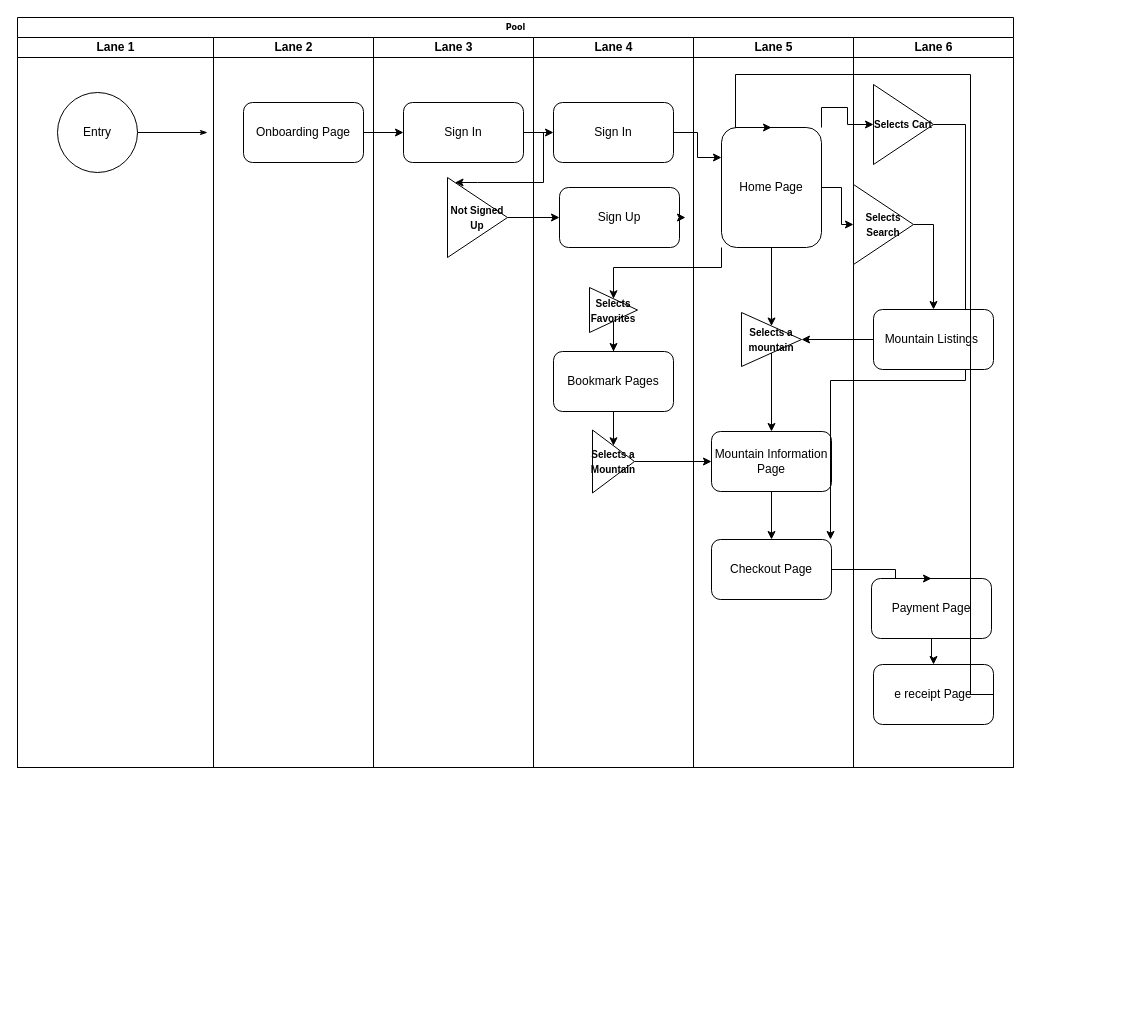
The draw.io diagram Untitled Diagram.drawio in famino/mql5adviser, before the edit. Source tidied: cells renumbered, new cells numbered last; positions are measured from the earlier drawing's top-left corner, leaving out a move shared by most shapes. Both pictures are drawn from the tidied source at 100%, with x=0, y=0 at pixel (17, 17).
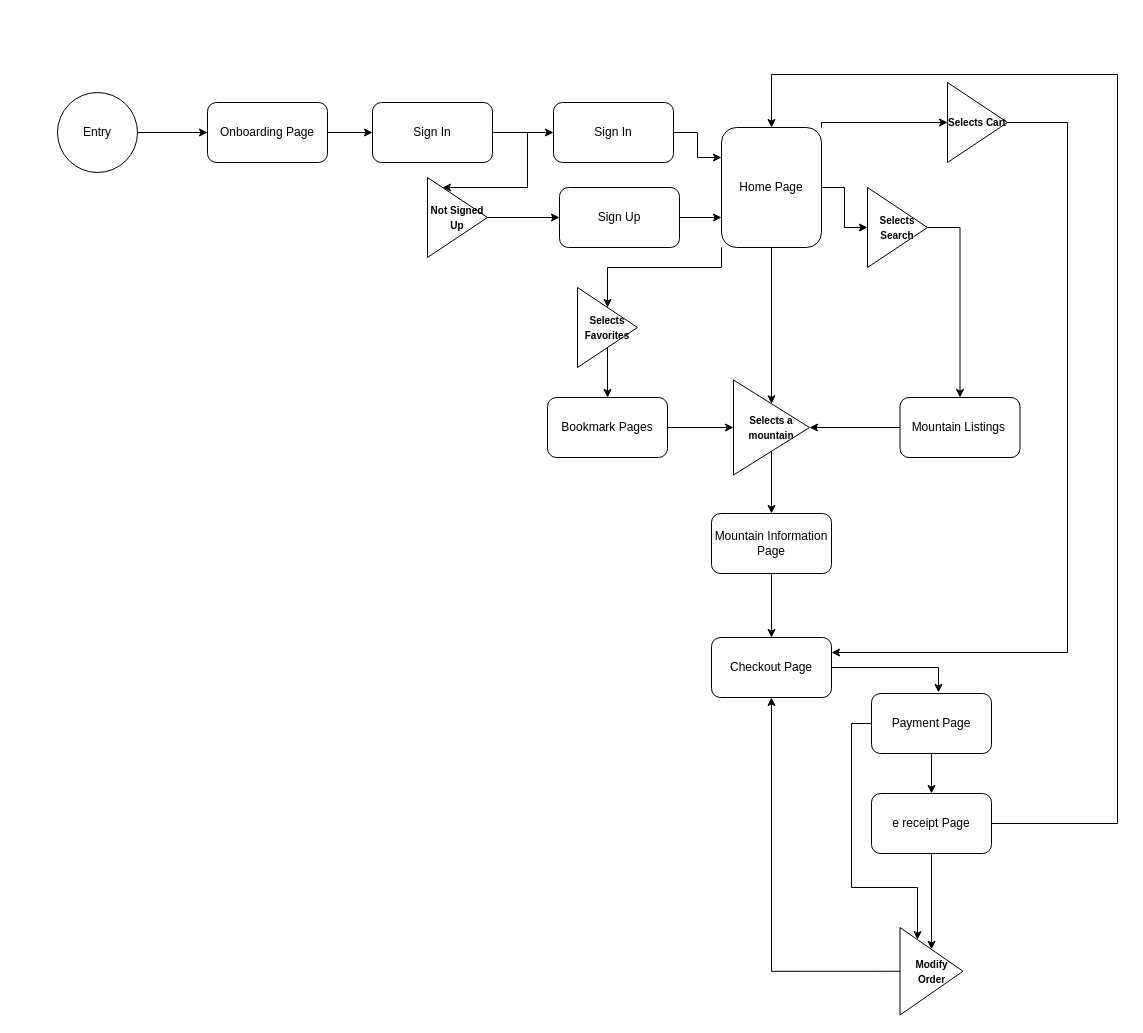
The same diagram, later.

Change to the diagram source:
```diff
@@
-<mxGraphModel background="#ffffff">
+<mxGraphModel>
@@
-    <mxCell id="0" />
-    <mxCell id="1" parent="0" />
-    <mxCell id="2" value="Pool" style="swimlane;html=1;startSize=20;rounded=0;shadow=0;labelBackgroundColor=none;strokeWidth=1;fontFamily=Verdana;fontSize=8;align=center;" parent="1" vertex="1">
-      <mxGeometry width="996" height="750" as="geometry" />
-    </mxCell>
-    <mxCell id="3" value="Lane 1" style="swimlane;html=1;startSize=20;" parent="2" vertex="1">
-      <mxGeometry y="20" width="196" height="730" as="geometry" />
-    </mxCell>
+    <mxCell id="49" />
+    <mxCell id="50" parent="49" />
-    <mxCell id="4" value="Entry" style="ellipse;whiteSpace=wrap;html=1;" parent="3" vertex="1">
-      <mxGeometry x="40" y="55" width="80" height="80" as="geometry" />
+    <mxCell id="4" value="&lt;font face=&quot;Montserrat&quot;&gt;Entry&lt;/font&gt;" style="ellipse;whiteSpace=wrap;html=1;" parent="50" vertex="1">
+      <mxGeometry x="40" y="75" width="80" height="80" as="geometry" />
     </mxCell>
-    <mxCell id="5" style="edgeStyle=orthogonalEdgeStyle;rounded=1;html=1;labelBackgroundColor=none;startArrow=none;startFill=0;startSize=5;endArrow=classicThin;endFill=1;endSize=5;jettySize=auto;orthogonalLoop=1;strokeWidth=1;fontFamily=Verdana;fontSize=8;" parent="2" edge="1">
-      <mxGeometry relative="1" as="geometry">
-        <mxPoint x="120" y="115" as="sourcePoint" />
-        <mxPoint x="190" y="115" as="targetPoint" />
-      </mxGeometry>
-    </mxCell>
-    <mxCell id="6" value="Lane 2" style="swimlane;html=1;startSize=20;" parent="2" vertex="1">
-      <mxGeometry x="196" y="20" width="160" height="730" as="geometry" />
-    </mxCell>
-    <mxCell id="7" value="Onboarding Page" style="rounded=1;whiteSpace=wrap;html=1;" parent="6" vertex="1">
-      <mxGeometry x="30" y="65" width="120" height="60" as="geometry" />
+    <mxCell id="7" value="&lt;font face=&quot;Montserrat&quot;&gt;Onboarding Page&lt;/font&gt;" style="rounded=1;whiteSpace=wrap;html=1;" parent="50" vertex="1">
+      <mxGeometry x="190" y="85" width="120" height="60" as="geometry" />
     </mxCell>
-    <mxCell id="8" value="Lane 3" style="swimlane;html=1;startSize=20;" parent="2" vertex="1">
-      <mxGeometry x="356" y="20" width="160" height="730" as="geometry" />
-    </mxCell>
-    <mxCell id="9" value="Sign In" style="rounded=1;whiteSpace=wrap;html=1;" parent="8" vertex="1">
-      <mxGeometry x="30" y="65" width="120" height="60" as="geometry" />
-    </mxCell>
+    <mxCell id="51" value="&lt;font face=&quot;Montserrat&quot;&gt;Sign In&lt;/font&gt;" style="rounded=1;whiteSpace=wrap;html=1;" parent="50" vertex="1">
+      <mxGeometry x="355" y="85" width="120" height="60" as="geometry" />
+    </mxCell>
-    <mxCell id="10" value="&lt;font style=&quot;font-size: 10px&quot;&gt;&lt;b&gt;Not Signed Up&lt;/b&gt;&lt;/font&gt;" style="triangle;whiteSpace=wrap;html=1;rotation=0;" parent="8" vertex="1">
-      <mxGeometry x="74" y="140" width="60" height="80" as="geometry" />
+    <mxCell id="10" value="&lt;font style=&quot;font-size: 10px&quot; face=&quot;Montserrat&quot;&gt;&lt;b&gt;Not Signed Up&lt;/b&gt;&lt;/font&gt;" style="triangle;whiteSpace=wrap;html=1;rotation=0;" parent="50" vertex="1">
+      <mxGeometry x="410" y="160" width="60" height="80" as="geometry" />
     </mxCell>
-    <mxCell id="11" style="edgeStyle=orthogonalEdgeStyle;rounded=0;jettySize=auto;html=1;exitX=1;exitY=0.5;exitDx=0;exitDy=0;" parent="8" edge="1" source="9" target="10">
-      <mxGeometry relative="1" as="geometry" />
-    </mxCell>
-    <mxCell id="12" value="Lane 4" style="swimlane;html=1;startSize=20;" parent="2" vertex="1">
-      <mxGeometry x="516" y="20" width="160" height="730" as="geometry" />
-    </mxCell>
-    <mxCell id="13" value="Sign In" style="rounded=1;whiteSpace=wrap;html=1;" parent="12" vertex="1">
-      <mxGeometry x="20" y="65" width="120" height="60" as="geometry" />
-    </mxCell>
+    <mxCell id="52" style="edgeStyle=orthogonalEdgeStyle;rounded=0;jettySize=auto;html=1;exitX=1;exitY=0.5;exitDx=0;exitDy=0;" parent="50" edge="1" source="51" target="10">
+      <mxGeometry relative="1" as="geometry">
+        <Array as="points">
+          <mxPoint x="510" y="115" />
+          <mxPoint x="510" y="170" />
+        </Array>
+      </mxGeometry>
+    </mxCell>
+    <mxCell id="53" value="&lt;font face=&quot;Montserrat&quot;&gt;Sign In&lt;/font&gt;" style="rounded=1;whiteSpace=wrap;html=1;" parent="50" vertex="1">
+      <mxGeometry x="536" y="85" width="120" height="60" as="geometry" />
+    </mxCell>
+    <mxCell id="54" style="edgeStyle=orthogonalEdgeStyle;rounded=0;jettySize=auto;html=1;exitX=1;exitY=0.5;exitDx=0;exitDy=0;entryX=0;entryY=0.75;entryDx=0;entryDy=0;" parent="50" edge="1" source="14" target="22">
+      <mxGeometry relative="1" as="geometry" />
+    </mxCell>
-    <mxCell id="14" value="Sign Up" style="rounded=1;whiteSpace=wrap;html=1;" parent="12" vertex="1">
-      <mxGeometry x="26" y="150" width="120" height="60" as="geometry" />
+    <mxCell id="14" value="&lt;font face=&quot;Montserrat&quot;&gt;Sign Up&lt;/font&gt;" style="rounded=1;whiteSpace=wrap;html=1;" parent="50" vertex="1">
+      <mxGeometry x="542" y="170" width="120" height="60" as="geometry" />
     </mxCell>
-    <mxCell id="15" style="edgeStyle=orthogonalEdgeStyle;rounded=0;jettySize=auto;html=1;exitX=0.5;exitY=1;exitDx=0;exitDy=0;" parent="12" edge="1" source="16" target="18">
+    <mxCell id="15" style="edgeStyle=orthogonalEdgeStyle;rounded=0;jettySize=auto;html=1;exitX=0.5;exitY=1;exitDx=0;exitDy=0;entryX=0.5;entryY=0;entryDx=0;entryDy=0;" parent="50" edge="1" source="16" target="18">
       <mxGeometry relative="1" as="geometry" />
     </mxCell>
-    <mxCell id="16" value="&lt;font style=&quot;font-size: 10px&quot;&gt;&lt;b&gt;Selects Favorites&lt;/b&gt;&lt;/font&gt;" style="triangle;whiteSpace=wrap;html=1;rotation=0;" parent="12" vertex="1">
-      <mxGeometry x="56" y="250" width="48" height="45" as="geometry" />
+    <mxCell id="16" value="&lt;font style=&quot;font-size: 10px&quot; face=&quot;Montserrat&quot;&gt;&lt;b&gt;Selects Favorites&lt;/b&gt;&lt;/font&gt;" style="triangle;whiteSpace=wrap;html=1;rotation=0;" parent="50" vertex="1">
+      <mxGeometry x="560" y="270" width="60" height="80" as="geometry" />
     </mxCell>
-    <mxCell id="17" style="edgeStyle=orthogonalEdgeStyle;rounded=0;jettySize=auto;html=1;exitX=0.5;exitY=1;exitDx=0;exitDy=0;" parent="12" edge="1" source="18" target="19">
-      <mxGeometry relative="1" as="geometry" />
-    </mxCell>
+    <mxCell id="55" style="edgeStyle=orthogonalEdgeStyle;rounded=0;jettySize=auto;html=1;exitX=1;exitY=0.5;exitDx=0;exitDy=0;" parent="50" edge="1" source="18" target="24">
+      <mxGeometry relative="1" as="geometry" />
+    </mxCell>
-    <mxCell id="18" value="Bookmark Pages" style="rounded=1;whiteSpace=wrap;html=1;" parent="12" vertex="1">
-      <mxGeometry x="20" y="314" width="120" height="60" as="geometry" />
+    <mxCell id="18" value="&lt;font face=&quot;Montserrat&quot;&gt;Bookmark Pages&lt;/font&gt;" style="rounded=1;whiteSpace=wrap;html=1;" parent="50" vertex="1">
+      <mxGeometry x="530" y="380" width="120" height="60" as="geometry" />
     </mxCell>
-    <mxCell id="19" value="&lt;font style=&quot;font-size: 10px&quot;&gt;&lt;b&gt;Selects a Mountain&lt;/b&gt;&lt;/font&gt;" style="triangle;whiteSpace=wrap;html=1;rotation=0;" parent="12" vertex="1">
-      <mxGeometry x="59" y="392.5" width="42" height="63" as="geometry" />
-    </mxCell>
-    <mxCell id="20" value="Lane 5" style="swimlane;html=1;startSize=20;" parent="2" vertex="1">
-      <mxGeometry x="676" y="20" width="160" height="730" as="geometry" />
-    </mxCell>
-    <mxCell id="21" style="edgeStyle=orthogonalEdgeStyle;rounded=0;jettySize=auto;html=1;exitX=0.5;exitY=1;exitDx=0;exitDy=0;entryX=0.5;entryY=0;entryDx=0;entryDy=0;" parent="20" edge="1" source="22" target="24">
+    <mxCell id="21" style="edgeStyle=orthogonalEdgeStyle;rounded=0;jettySize=auto;html=1;exitX=0.5;exitY=1;exitDx=0;exitDy=0;entryX=0.5;entryY=0;entryDx=0;entryDy=0;" parent="50" edge="1" source="22" target="24">
       <mxGeometry relative="1" as="geometry" />
     </mxCell>
-    <mxCell id="22" value="Home Page" style="rounded=1;whiteSpace=wrap;html=1;" parent="20" vertex="1">
-      <mxGeometry x="28" y="90" width="100" height="120" as="geometry" />
+    <mxCell id="22" value="&lt;font face=&quot;Montserrat&quot;&gt;Home Page&lt;/font&gt;" style="rounded=1;whiteSpace=wrap;html=1;" parent="50" vertex="1">
+      <mxGeometry x="704" y="110" width="100" height="120" as="geometry" />
     </mxCell>
-    <mxCell id="23" style="edgeStyle=orthogonalEdgeStyle;rounded=0;jettySize=auto;html=1;exitX=0.5;exitY=1;exitDx=0;exitDy=0;" parent="20" edge="1" source="24" target="26">
+    <mxCell id="23" style="edgeStyle=orthogonalEdgeStyle;rounded=0;jettySize=auto;html=1;exitX=0.5;exitY=1;exitDx=0;exitDy=0;" parent="50" edge="1" source="24" target="26">
       <mxGeometry relative="1" as="geometry" />
     </mxCell>
-    <mxCell id="24" value="&lt;font style=&quot;font-size: 10px&quot;&gt;&lt;b&gt;Selects a mountain&lt;/b&gt;&lt;/font&gt;" style="triangle;whiteSpace=wrap;html=1;rotation=0;" parent="20" vertex="1">
-      <mxGeometry x="48" y="275" width="60" height="54" as="geometry" />
+    <mxCell id="24" value="&lt;font style=&quot;font-size: 10px&quot; face=&quot;Montserrat&quot;&gt;&lt;b&gt;Selects a mountain&lt;/b&gt;&lt;/font&gt;" style="triangle;whiteSpace=wrap;html=1;rotation=0;" parent="50" vertex="1">
+      <mxGeometry x="716" y="362.5" width="76" height="95" as="geometry" />
     </mxCell>
-    <mxCell id="25" style="edgeStyle=orthogonalEdgeStyle;rounded=0;jettySize=auto;html=1;exitX=0.5;exitY=1;exitDx=0;exitDy=0;entryX=0.5;entryY=0;entryDx=0;entryDy=0;" parent="20" edge="1" source="26" target="27">
+    <mxCell id="25" style="edgeStyle=orthogonalEdgeStyle;rounded=0;jettySize=auto;html=1;exitX=0.5;exitY=1;exitDx=0;exitDy=0;entryX=0.5;entryY=0;entryDx=0;entryDy=0;" parent="50" edge="1" source="26" target="27">
       <mxGeometry relative="1" as="geometry" />
     </mxCell>
-    <mxCell id="26" value="Mountain Information Page" style="rounded=1;whiteSpace=wrap;html=1;" parent="20" vertex="1">
-      <mxGeometry x="18" y="394" width="120" height="60" as="geometry" />
+    <mxCell id="26" value="&lt;font face=&quot;Montserrat&quot;&gt;Mountain Information Page&lt;/font&gt;" style="rounded=1;whiteSpace=wrap;html=1;" parent="50" vertex="1">
+      <mxGeometry x="694" y="496" width="120" height="60" as="geometry" />
     </mxCell>
+    <mxCell id="47" style="edgeStyle=orthogonalEdgeStyle;rounded=0;jettySize=auto;html=1;exitX=1;exitY=0.5;exitDx=0;exitDy=0;entryX=0.558;entryY=-0.017;entryDx=0;entryDy=0;entryPerimeter=0;" parent="50" edge="1" source="27" target="44">
+      <mxGeometry relative="1" as="geometry" />
+    </mxCell>
-    <mxCell id="27" value="Checkout Page" style="rounded=1;whiteSpace=wrap;html=1;" parent="20" vertex="1">
-      <mxGeometry x="18" y="502" width="120" height="60" as="geometry" />
+    <mxCell id="27" value="&lt;font face=&quot;Montserrat&quot;&gt;Checkout Page&lt;/font&gt;" style="rounded=1;whiteSpace=wrap;html=1;" parent="50" vertex="1">
+      <mxGeometry x="694" y="620" width="120" height="60" as="geometry" />
     </mxCell>
-    <mxCell id="28" style="edgeStyle=orthogonalEdgeStyle;rounded=0;jettySize=auto;html=1;exitX=1;exitY=0.5;exitDx=0;exitDy=0;entryX=0;entryY=0.5;entryDx=0;entryDy=0;" parent="2" edge="1" source="7" target="9">
-      <mxGeometry relative="1" as="geometry" />
-    </mxCell>
-    <mxCell id="29" style="edgeStyle=orthogonalEdgeStyle;rounded=0;jettySize=auto;html=1;exitX=1;exitY=0.5;exitDx=0;exitDy=0;entryX=0;entryY=0.5;entryDx=0;entryDy=0;" parent="2" edge="1" source="9" target="13">
-      <mxGeometry relative="1" as="geometry" />
-    </mxCell>
+    <mxCell id="56" style="edgeStyle=orthogonalEdgeStyle;rounded=0;jettySize=auto;html=1;exitX=1;exitY=0.5;exitDx=0;exitDy=0;entryX=0;entryY=0.5;entryDx=0;entryDy=0;" parent="50" edge="1" source="7" target="51">
+      <mxGeometry relative="1" as="geometry" />
+    </mxCell>
+    <mxCell id="57" style="edgeStyle=orthogonalEdgeStyle;rounded=0;jettySize=auto;html=1;exitX=1;exitY=0.5;exitDx=0;exitDy=0;entryX=0;entryY=0.5;entryDx=0;entryDy=0;" parent="50" edge="1" source="51" target="53">
+      <mxGeometry relative="1" as="geometry" />
+    </mxCell>
-    <mxCell id="30" style="edgeStyle=orthogonalEdgeStyle;rounded=0;jettySize=auto;html=1;exitX=1;exitY=0.5;exitDx=0;exitDy=0;" parent="2" edge="1" source="10" target="14">
+    <mxCell id="30" style="edgeStyle=orthogonalEdgeStyle;rounded=0;jettySize=auto;html=1;exitX=1;exitY=0.5;exitDx=0;exitDy=0;" parent="50" edge="1" source="10" target="14">
       <mxGeometry relative="1" as="geometry" />
     </mxCell>
-    <mxCell id="31" style="edgeStyle=orthogonalEdgeStyle;rounded=0;jettySize=auto;html=1;exitX=1;exitY=0.5;exitDx=0;exitDy=0;" parent="2" edge="1" source="14">
-      <mxGeometry relative="1" as="geometry">
-        <mxPoint x="668" y="200" as="targetPoint" />
-      </mxGeometry>
-    </mxCell>
-    <mxCell id="32" style="edgeStyle=orthogonalEdgeStyle;rounded=0;jettySize=auto;html=1;exitX=1;exitY=0.5;exitDx=0;exitDy=0;entryX=0;entryY=0.25;entryDx=0;entryDy=0;" parent="2" edge="1" source="13" target="22">
-      <mxGeometry relative="1" as="geometry" />
-    </mxCell>
+    <mxCell id="58" style="edgeStyle=orthogonalEdgeStyle;rounded=0;jettySize=auto;html=1;exitX=1;exitY=0.5;exitDx=0;exitDy=0;entryX=0;entryY=0.25;entryDx=0;entryDy=0;" parent="50" edge="1" source="53" target="22">
+      <mxGeometry relative="1" as="geometry" />
+    </mxCell>
-    <mxCell id="33" style="edgeStyle=orthogonalEdgeStyle;rounded=0;jettySize=auto;html=1;exitX=0;exitY=1;exitDx=0;exitDy=0;entryX=0.5;entryY=0;entryDx=0;entryDy=0;" parent="2" edge="1" source="22" target="16">
+    <mxCell id="33" style="edgeStyle=orthogonalEdgeStyle;rounded=0;jettySize=auto;html=1;exitX=0;exitY=1;exitDx=0;exitDy=0;entryX=0.5;entryY=0;entryDx=0;entryDy=0;" parent="50" edge="1" source="22" target="16">
       <mxGeometry relative="1" as="geometry" />
     </mxCell>
-    <mxCell id="34" style="edgeStyle=orthogonalEdgeStyle;rounded=0;jettySize=auto;html=1;exitX=1;exitY=0.5;exitDx=0;exitDy=0;" parent="2" edge="1" source="22" target="41">
+    <mxCell id="34" style="edgeStyle=orthogonalEdgeStyle;rounded=0;jettySize=auto;html=1;exitX=1;exitY=0.5;exitDx=0;exitDy=0;" parent="50" edge="1" source="22" target="41">
       <mxGeometry relative="1" as="geometry" />
     </mxCell>
-    <mxCell id="35" style="edgeStyle=orthogonalEdgeStyle;rounded=0;jettySize=auto;html=1;exitX=0;exitY=0.5;exitDx=0;exitDy=0;" parent="2" edge="1" source="42" target="24">
+    <mxCell id="35" style="edgeStyle=orthogonalEdgeStyle;rounded=0;jettySize=auto;html=1;exitX=0;exitY=0.5;exitDx=0;exitDy=0;" parent="50" edge="1" source="42" target="24">
       <mxGeometry relative="1" as="geometry" />
     </mxCell>
-    <mxCell id="36" style="edgeStyle=orthogonalEdgeStyle;rounded=0;jettySize=auto;html=1;exitX=1;exitY=0.5;exitDx=0;exitDy=0;entryX=0;entryY=0.5;entryDx=0;entryDy=0;" parent="2" edge="1" source="19" target="26">
-      <mxGeometry relative="1" as="geometry" />
-    </mxCell>
-    <mxCell id="37" style="edgeStyle=orthogonalEdgeStyle;rounded=0;jettySize=auto;html=1;exitX=1;exitY=0;exitDx=0;exitDy=0;entryX=0;entryY=0.5;entryDx=0;entryDy=0;" parent="2" edge="1" source="22" target="45">
-      <mxGeometry relative="1" as="geometry" />
+    <mxCell id="37" style="edgeStyle=orthogonalEdgeStyle;rounded=0;jettySize=auto;html=1;exitX=1;exitY=0;exitDx=0;exitDy=0;entryX=0;entryY=0.5;entryDx=0;entryDy=0;" parent="50" edge="1" source="22" target="45">
+      <mxGeometry relative="1" as="geometry">
+        <Array as="points">
+          <mxPoint x="804" y="105" />
+        </Array>
+      </mxGeometry>
     </mxCell>
-    <mxCell id="38" style="edgeStyle=orthogonalEdgeStyle;rounded=0;jettySize=auto;html=1;exitX=1;exitY=0.5;exitDx=0;exitDy=0;" parent="2" edge="1" source="45" target="27">
-      <mxGeometry relative="1" as="geometry">
-        <Array as="points">
-          <mxPoint x="948" y="107" />
-          <mxPoint x="948" y="363" />
-          <mxPoint x="813" y="363" />
-          <mxPoint x="813" y="552" />
-        </Array>
-      </mxGeometry>
-    </mxCell>
-    <mxCell id="39" value="Lane 6" style="swimlane;html=1;startSize=20;" parent="2" vertex="1">
-      <mxGeometry x="836" y="20" width="160" height="730" as="geometry" />
-    </mxCell>
-    <mxCell id="40" style="edgeStyle=orthogonalEdgeStyle;rounded=0;jettySize=auto;html=1;exitX=1;exitY=0.5;exitDx=0;exitDy=0;entryX=0.5;entryY=0;entryDx=0;entryDy=0;" parent="39" edge="1" source="41" target="42">
+    <mxCell id="40" style="edgeStyle=orthogonalEdgeStyle;rounded=0;jettySize=auto;html=1;exitX=1;exitY=0.5;exitDx=0;exitDy=0;entryX=0.5;entryY=0;entryDx=0;entryDy=0;" parent="50" edge="1" source="41" target="42">
       <mxGeometry relative="1" as="geometry" />
     </mxCell>
-    <mxCell id="41" value="&lt;font style=&quot;font-size: 10px&quot;&gt;&lt;b&gt;Selects Search&lt;/b&gt;&lt;/font&gt;" style="triangle;whiteSpace=wrap;html=1;rotation=0;" parent="39" vertex="1">
-      <mxGeometry y="147" width="60" height="80" as="geometry" />
+    <mxCell id="41" value="&lt;font style=&quot;font-size: 10px&quot; face=&quot;Montserrat&quot;&gt;&lt;b&gt;Selects Search&lt;/b&gt;&lt;/font&gt;" style="triangle;whiteSpace=wrap;html=1;rotation=0;" parent="50" vertex="1">
+      <mxGeometry x="850" y="170" width="60" height="80" as="geometry" />
     </mxCell>
-    <mxCell id="42" value="Mountain Listings&amp;nbsp;" style="rounded=1;whiteSpace=wrap;html=1;" parent="39" vertex="1">
-      <mxGeometry x="20" y="272" width="120" height="60" as="geometry" />
+    <mxCell id="42" value="&lt;font face=&quot;Montserrat&quot;&gt;Mountain Listings&amp;nbsp;&lt;/font&gt;" style="rounded=1;whiteSpace=wrap;html=1;" parent="50" vertex="1">
+      <mxGeometry x="882.5" y="380" width="120" height="60" as="geometry" />
     </mxCell>
-    <mxCell id="43" style="edgeStyle=orthogonalEdgeStyle;rounded=0;jettySize=auto;html=1;exitX=0.5;exitY=1;exitDx=0;exitDy=0;" parent="39" edge="1" source="44" target="46">
+    <mxCell id="43" style="edgeStyle=orthogonalEdgeStyle;rounded=0;jettySize=auto;html=1;exitX=0.5;exitY=1;exitDx=0;exitDy=0;" parent="50" edge="1" source="44" target="46">
       <mxGeometry relative="1" as="geometry" />
     </mxCell>
+    <mxCell id="59" style="edgeStyle=orthogonalEdgeStyle;rounded=0;jettySize=auto;html=1;exitX=0;exitY=0.5;exitDx=0;exitDy=0;" parent="50" edge="1" source="44" target="63">
+      <mxGeometry relative="1" as="geometry">
+        <Array as="points">
+          <mxPoint x="834" y="706" />
+          <mxPoint x="834" y="870" />
+          <mxPoint x="900" y="870" />
+        </Array>
+      </mxGeometry>
+    </mxCell>
-    <mxCell id="44" value="Payment Page" style="rounded=1;whiteSpace=wrap;html=1;" parent="39" vertex="1">
-      <mxGeometry x="18" y="541" width="120" height="60" as="geometry" />
+    <mxCell id="44" value="&lt;font face=&quot;Montserrat&quot;&gt;Payment Page&lt;/font&gt;" style="rounded=1;whiteSpace=wrap;html=1;" parent="50" vertex="1">
+      <mxGeometry x="854" y="676" width="120" height="60" as="geometry" />
     </mxCell>
+    <mxCell id="38" style="edgeStyle=orthogonalEdgeStyle;rounded=0;jettySize=auto;html=1;exitX=1;exitY=0.5;exitDx=0;exitDy=0;entryX=1;entryY=0.25;entryDx=0;entryDy=0;" parent="50" edge="1" source="45" target="27">
+      <mxGeometry relative="1" as="geometry">
+        <Array as="points">
+          <mxPoint x="1050" y="105" />
+          <mxPoint x="1050" y="635" />
+        </Array>
+      </mxGeometry>
+    </mxCell>
-    <mxCell id="45" value="&lt;font style=&quot;font-size: 10px&quot;&gt;&lt;b&gt;Selects Cart&lt;/b&gt;&lt;/font&gt;" style="triangle;whiteSpace=wrap;html=1;rotation=0;" parent="39" vertex="1">
-      <mxGeometry x="20" y="47" width="60" height="80" as="geometry" />
+    <mxCell id="45" value="&lt;font style=&quot;font-size: 10px&quot; face=&quot;Montserrat&quot;&gt;&lt;b&gt;Selects Cart&lt;/b&gt;&lt;/font&gt;" style="triangle;whiteSpace=wrap;html=1;rotation=0;" parent="50" vertex="1">
+      <mxGeometry x="930" y="65" width="60" height="80" as="geometry" />
     </mxCell>
+    <mxCell id="60" style="edgeStyle=orthogonalEdgeStyle;rounded=0;jettySize=auto;html=1;exitX=0.5;exitY=1;exitDx=0;exitDy=0;" parent="50" edge="1" source="46" target="63">
+      <mxGeometry relative="1" as="geometry" />
+    </mxCell>
-    <mxCell id="46" value="e receipt Page" style="rounded=1;whiteSpace=wrap;html=1;" parent="39" vertex="1">
-      <mxGeometry x="20" y="627" width="120" height="60" as="geometry" />
+    <mxCell id="46" value="&lt;font face=&quot;Montserrat&quot;&gt;e receipt Page&lt;/font&gt;" style="rounded=1;whiteSpace=wrap;html=1;" parent="50" vertex="1">
+      <mxGeometry x="854" y="776" width="120" height="60" as="geometry" />
     </mxCell>
-    <mxCell id="47" style="edgeStyle=orthogonalEdgeStyle;rounded=0;jettySize=auto;html=1;exitX=1;exitY=0.5;exitDx=0;exitDy=0;entryX=0.5;entryY=0;entryDx=0;entryDy=0;" parent="2" edge="1" source="27" target="44">
-      <mxGeometry relative="1" as="geometry">
-        <Array as="points">
-          <mxPoint x="878" y="552" />
-        </Array>
-      </mxGeometry>
-    </mxCell>
-    <mxCell id="48" style="edgeStyle=orthogonalEdgeStyle;rounded=0;jettySize=auto;html=1;exitX=1;exitY=0.5;exitDx=0;exitDy=0;entryX=0.5;entryY=0;entryDx=0;entryDy=0;" parent="2" edge="1" source="46" target="22">
+    <mxCell id="48" style="edgeStyle=orthogonalEdgeStyle;rounded=0;jettySize=auto;html=1;exitX=1;exitY=0.5;exitDx=0;exitDy=0;entryX=0.5;entryY=0;entryDx=0;entryDy=0;" parent="50" edge="1" source="46" target="22">
       <mxGeometry relative="1" as="geometry">
         <Array as="points">
-          <mxPoint x="953" y="677" />
-          <mxPoint x="953" y="57" />
-          <mxPoint x="718" y="57" />
+          <mxPoint x="1100" y="806" />
+          <mxPoint x="1100" y="57" />
+          <mxPoint x="754" y="57" />
         </Array>
       </mxGeometry>
     </mxCell>
+    <mxCell id="61" style="edgeStyle=orthogonalEdgeStyle;rounded=0;jettySize=auto;html=1;exitX=1;exitY=0.5;exitDx=0;exitDy=0;entryX=0;entryY=0.5;entryDx=0;entryDy=0;" parent="50" edge="1" source="4" target="7">
+      <mxGeometry relative="1" as="geometry" />
+    </mxCell>
+    <mxCell id="62" style="edgeStyle=orthogonalEdgeStyle;rounded=0;jettySize=auto;html=1;exitX=0;exitY=0.5;exitDx=0;exitDy=0;" parent="50" edge="1" source="63" target="27">
+      <mxGeometry relative="1" as="geometry" />
+    </mxCell>
+    <mxCell id="63" value="&lt;font style=&quot;font-size: 10px&quot; face=&quot;Montserrat&quot;&gt;&lt;b&gt;Modify Order&lt;/b&gt;&lt;/font&gt;" style="triangle;whiteSpace=wrap;html=1;rotation=0;" parent="50" vertex="1">
+      <mxGeometry x="882.5" y="910" width="63" height="87.5" as="geometry" />
+    </mxCell>
```
